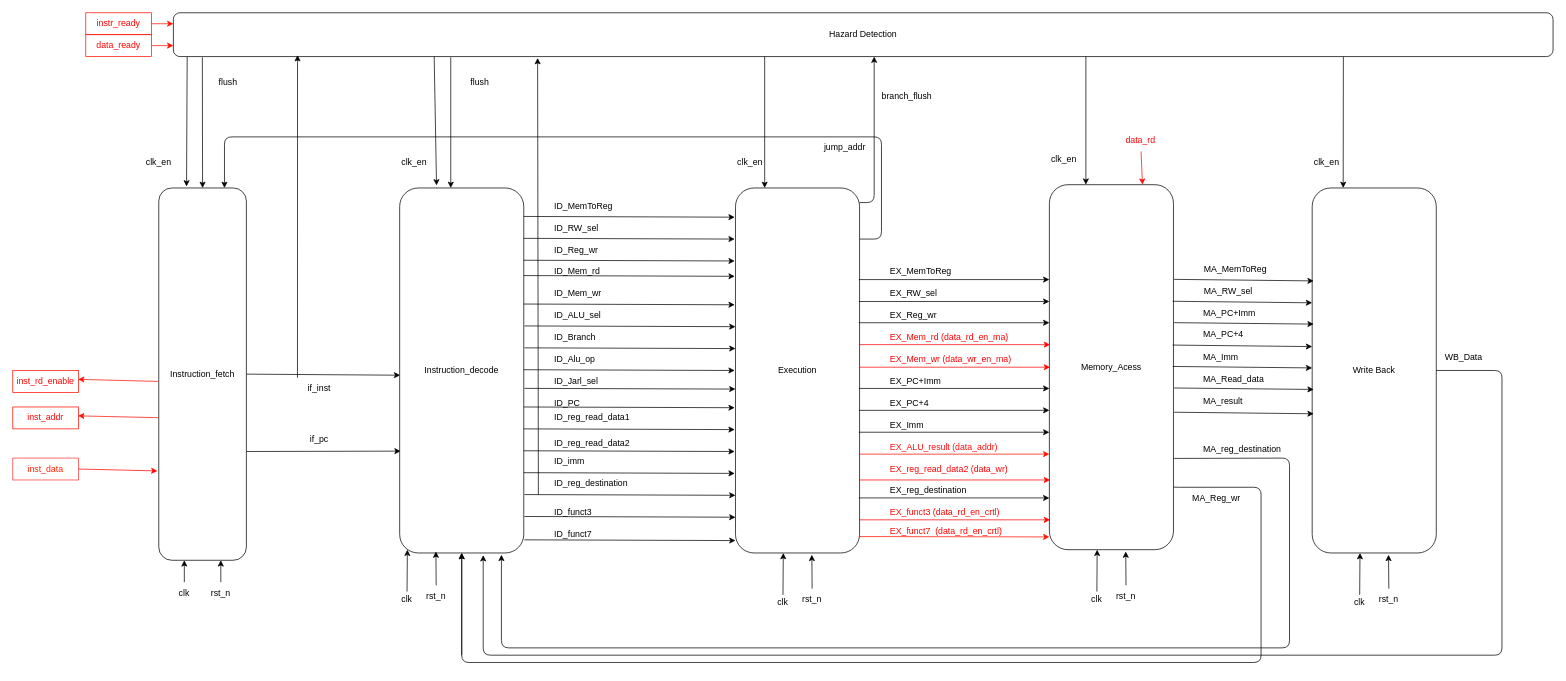
Earlier version of the draw.io diagram doc/figs/architecture_inner.drawio (S4nt1ag0/RISCV-RV32I). Source tidied: cells renumbered, new cells numbered last; positions are measured from the earlier drawing's top-left corner, leaving out a move shared by most shapes. Both pictures are drawn from the tidied source at 73%, with x=0, y=0 at pixel (12, 12).
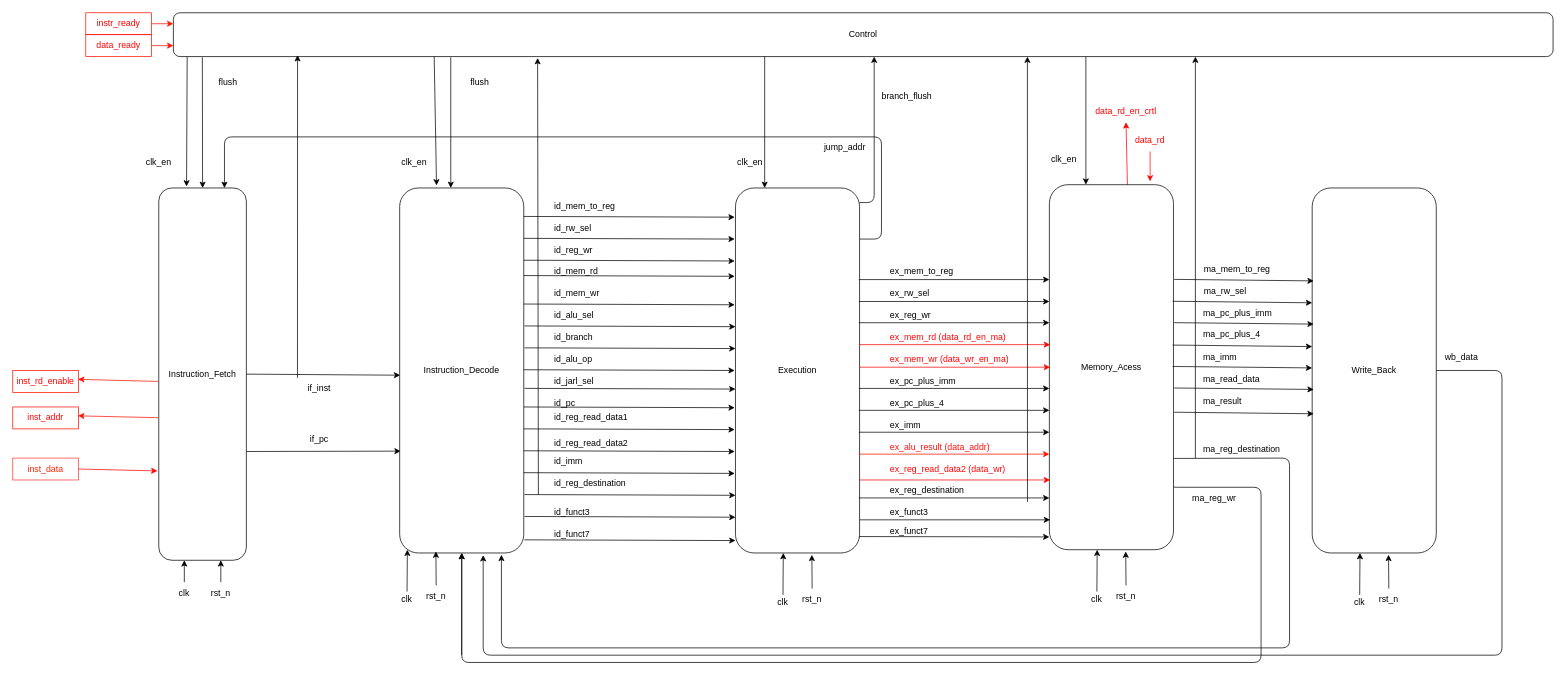
Above is the later version.

Commit message (it also covers changes not shown here):
rename signals suggest by linton

Unchanged cells that the change refers to:
```xml
<mxCell id="40" value="Execution" style="whiteSpace=wrap;html=1;rounded=1;" parent="1" vertex="1">
  <mxGeometry x="990" y="240" width="170" height="500" as="geometry" />
</mxCell>
<mxCell id="85" value="Memory_Acess" style="whiteSpace=wrap;html=1;rounded=1;" parent="1" vertex="1">
  <mxGeometry x="1420" y="235.5" width="170" height="500" as="geometry" />
</mxCell>
```

What changed in the source:
```diff
@@
-    <mxCell id="4" value="Instruction_fetch" style="whiteSpace=wrap;html=1;rounded=1;" parent="1" vertex="1">
+    <mxCell id="4" value="Instruction_Fetch" style="whiteSpace=wrap;html=1;rounded=1;" parent="1" vertex="1">
       <mxGeometry x="200" y="240" width="120" height="510" as="geometry" />
     </mxCell>
@@
-    <mxCell id="14" value="Instruction_decode" style="whiteSpace=wrap;html=1;rounded=1;" parent="1" vertex="1">
+    <mxCell id="14" value="Instruction_Decode" style="whiteSpace=wrap;html=1;rounded=1;" parent="1" vertex="1">
       <mxGeometry x="530" y="240" width="170" height="500" as="geometry" />
     </mxCell>
@@
-    <mxCell id="22" value="ID_PC" style="text;strokeColor=none;align=left;fillColor=none;html=1;verticalAlign=middle;whiteSpace=wrap;rounded=0;" parent="1" vertex="1">
+    <mxCell id="22" value="id_pc" style="text;strokeColor=none;align=left;fillColor=none;html=1;verticalAlign=middle;whiteSpace=wrap;rounded=0;" parent="1" vertex="1">
       <mxGeometry x="740" y="520" width="60" height="30" as="geometry" />
     </mxCell>
-    <mxCell id="23" value="ID_reg_read_data1" style="text;strokeColor=none;align=left;fillColor=none;html=1;verticalAlign=middle;whiteSpace=wrap;rounded=0;" parent="1" vertex="1">
+    <mxCell id="23" value="id_reg_read_data1" style="text;strokeColor=none;align=left;fillColor=none;html=1;verticalAlign=middle;whiteSpace=wrap;rounded=0;" parent="1" vertex="1">
       <mxGeometry x="740" y="540" width="120" height="30" as="geometry" />
     </mxCell>
-    <mxCell id="24" value="ID_imm" style="text;strokeColor=none;align=left;fillColor=none;html=1;verticalAlign=middle;whiteSpace=wrap;rounded=0;" parent="1" vertex="1">
+    <mxCell id="24" value="id_imm" style="text;strokeColor=none;align=left;fillColor=none;html=1;verticalAlign=middle;whiteSpace=wrap;rounded=0;" parent="1" vertex="1">
       <mxGeometry x="740" y="600" width="60" height="30" as="geometry" />
     </mxCell>
-    <mxCell id="25" value="ID_reg_destination" style="text;strokeColor=none;align=left;fillColor=none;html=1;verticalAlign=middle;whiteSpace=wrap;rounded=0;" parent="1" vertex="1">
+    <mxCell id="25" value="id_reg_destination" style="text;strokeColor=none;align=left;fillColor=none;html=1;verticalAlign=middle;whiteSpace=wrap;rounded=0;" parent="1" vertex="1">
       <mxGeometry x="740" y="630" width="115" height="30" as="geometry" />
     </mxCell>
-    <mxCell id="26" value="ID_reg_read_data2" style="text;strokeColor=none;align=left;fillColor=none;html=1;verticalAlign=middle;whiteSpace=wrap;rounded=0;" parent="1" vertex="1">
+    <mxCell id="26" value="id_reg_read_data2" style="text;strokeColor=none;align=left;fillColor=none;html=1;verticalAlign=middle;whiteSpace=wrap;rounded=0;" parent="1" vertex="1">
       <mxGeometry x="740" y="575" width="130" height="30" as="geometry" />
     </mxCell>
-    <mxCell id="27" value="ID_funct3" style="text;strokeColor=none;align=left;fillColor=none;html=1;verticalAlign=middle;whiteSpace=wrap;rounded=0;" parent="1" vertex="1">
+    <mxCell id="27" value="id_funct3" style="text;strokeColor=none;align=left;fillColor=none;html=1;verticalAlign=middle;whiteSpace=wrap;rounded=0;" parent="1" vertex="1">
       <mxGeometry x="740" y="670" width="130" height="30" as="geometry" />
     </mxCell>
-    <mxCell id="28" value="ID_funct7" style="text;strokeColor=none;align=left;fillColor=none;html=1;verticalAlign=middle;whiteSpace=wrap;rounded=0;" parent="1" vertex="1">
+    <mxCell id="28" value="id_funct7" style="text;strokeColor=none;align=left;fillColor=none;html=1;verticalAlign=middle;whiteSpace=wrap;rounded=0;" parent="1" vertex="1">
       <mxGeometry x="740" y="700" width="130" height="30" as="geometry" />
     </mxCell>
-    <mxCell id="29" value="ID_ALU_sel" style="text;strokeColor=none;align=left;fillColor=none;html=1;verticalAlign=middle;whiteSpace=wrap;rounded=0;" parent="1" vertex="1">
+    <mxCell id="29" value="id_alu_sel" style="text;strokeColor=none;align=left;fillColor=none;html=1;verticalAlign=middle;whiteSpace=wrap;rounded=0;" parent="1" vertex="1">
       <mxGeometry x="740" y="400" width="85" height="30" as="geometry" />
     </mxCell>
-    <mxCell id="30" value="ID_MemToReg" style="text;strokeColor=none;align=left;fillColor=none;html=1;verticalAlign=middle;whiteSpace=wrap;rounded=0;" parent="1" vertex="1">
+    <mxCell id="30" value="id_mem_to_reg" style="text;strokeColor=none;align=left;fillColor=none;html=1;verticalAlign=middle;whiteSpace=wrap;rounded=0;" parent="1" vertex="1">
       <mxGeometry x="740" y="250" width="90" height="30" as="geometry" />
     </mxCell>
-    <mxCell id="31" value="ID_Branch" style="text;strokeColor=none;align=left;fillColor=none;html=1;verticalAlign=middle;whiteSpace=wrap;rounded=0;" parent="1" vertex="1">
+    <mxCell id="31" value="id_branch" style="text;strokeColor=none;align=left;fillColor=none;html=1;verticalAlign=middle;whiteSpace=wrap;rounded=0;" parent="1" vertex="1">
       <mxGeometry x="740" y="430" width="90" height="30" as="geometry" />
     </mxCell>
-    <mxCell id="32" value="ID_Mem_wr" style="text;strokeColor=none;align=left;fillColor=none;html=1;verticalAlign=middle;whiteSpace=wrap;rounded=0;" parent="1" vertex="1">
+    <mxCell id="32" value="id_mem_wr" style="text;strokeColor=none;align=left;fillColor=none;html=1;verticalAlign=middle;whiteSpace=wrap;rounded=0;" parent="1" vertex="1">
       <mxGeometry x="740" y="370" width="90" height="30" as="geometry" />
     </mxCell>
-    <mxCell id="33" value="ID_Mem_rd" style="text;strokeColor=none;align=left;fillColor=none;html=1;verticalAlign=middle;whiteSpace=wrap;rounded=0;" parent="1" vertex="1">
+    <mxCell id="33" value="id_mem_rd" style="text;strokeColor=none;align=left;fillColor=none;html=1;verticalAlign=middle;whiteSpace=wrap;rounded=0;" parent="1" vertex="1">
       <mxGeometry x="740" y="340" width="90" height="30" as="geometry" />
     </mxCell>
-    <mxCell id="34" value="ID_Alu_op" style="text;strokeColor=none;align=left;fillColor=none;html=1;verticalAlign=middle;whiteSpace=wrap;rounded=0;" parent="1" vertex="1">
+    <mxCell id="34" value="id_alu_op" style="text;strokeColor=none;align=left;fillColor=none;html=1;verticalAlign=middle;whiteSpace=wrap;rounded=0;" parent="1" vertex="1">
       <mxGeometry x="740" y="460" width="90" height="30" as="geometry" />
     </mxCell>
-    <mxCell id="35" value="ID_Reg_wr" style="text;strokeColor=none;align=left;fillColor=none;html=1;verticalAlign=middle;whiteSpace=wrap;rounded=0;" parent="1" vertex="1">
+    <mxCell id="35" value="id_reg_wr" style="text;strokeColor=none;align=left;fillColor=none;html=1;verticalAlign=middle;whiteSpace=wrap;rounded=0;" parent="1" vertex="1">
       <mxGeometry x="740" y="310" width="90" height="30" as="geometry" />
     </mxCell>
-    <mxCell id="36" value="ID_Jarl_sel" style="text;strokeColor=none;align=left;fillColor=none;html=1;verticalAlign=middle;whiteSpace=wrap;rounded=0;" parent="1" vertex="1">
+    <mxCell id="36" value="id_jarl_sel" style="text;strokeColor=none;align=left;fillColor=none;html=1;verticalAlign=middle;whiteSpace=wrap;rounded=0;" parent="1" vertex="1">
       <mxGeometry x="740" y="490" width="95" height="30" as="geometry" />
     </mxCell>
-    <mxCell id="37" value="ID_RW_sel" style="text;strokeColor=none;align=left;fillColor=none;html=1;verticalAlign=middle;whiteSpace=wrap;rounded=0;" parent="1" vertex="1">
+    <mxCell id="37" value="id_rw_sel" style="text;strokeColor=none;align=left;fillColor=none;html=1;verticalAlign=middle;whiteSpace=wrap;rounded=0;" parent="1" vertex="1">
       <mxGeometry x="740" y="280" width="90" height="30" as="geometry" />
     </mxCell>
@@
-    <mxCell id="44" style="edgeStyle=none;html=1;exitX=0.848;exitY=1;exitDx=0;exitDy=0;entryX=0.25;entryY=0;entryDx=0;entryDy=0;exitPerimeter=0;" parent="1" edge="1" source="60" target="113">
-      <mxGeometry relative="1" as="geometry" />
-    </mxCell>
@@
-    <mxCell id="46" value="EX_PC+4" style="text;strokeColor=none;align=left;fillColor=none;html=1;verticalAlign=middle;whiteSpace=wrap;rounded=0;" parent="1" vertex="1">
+    <mxCell id="46" value="ex_pc_plus_4" style="text;strokeColor=none;align=left;fillColor=none;html=1;verticalAlign=middle;whiteSpace=wrap;rounded=0;" parent="1" vertex="1">
       <mxGeometry x="1200" y="520" width="60" height="30" as="geometry" />
     </mxCell>
-    <mxCell id="47" value="&lt;font style=&quot;color: rgb(255, 15, 15);&quot;&gt;EX_ALU_result (data_addr)&lt;/font&gt;" style="text;strokeColor=none;align=left;fillColor=none;html=1;verticalAlign=middle;whiteSpace=wrap;rounded=0;" parent="1" vertex="1">
+    <mxCell id="47" value="&lt;font style=&quot;color: rgb(255, 15, 15);&quot;&gt;ex_alu_result (data_addr)&lt;/font&gt;" style="text;strokeColor=none;align=left;fillColor=none;html=1;verticalAlign=middle;whiteSpace=wrap;rounded=0;" parent="1" vertex="1">
       <mxGeometry x="1200" y="580" width="150" height="30" as="geometry" />
     </mxCell>
-    <mxCell id="48" value="EX_reg_destination" style="text;strokeColor=none;align=left;fillColor=none;html=1;verticalAlign=middle;whiteSpace=wrap;rounded=0;" parent="1" vertex="1">
+    <mxCell id="48" value="ex_reg_destination" style="text;strokeColor=none;align=left;fillColor=none;html=1;verticalAlign=middle;whiteSpace=wrap;rounded=0;" parent="1" vertex="1">
       <mxGeometry x="1200" y="640" width="115" height="30" as="geometry" />
     </mxCell>
-    <mxCell id="49" value="&lt;font style=&quot;color: rgb(255, 0, 0);&quot;&gt;EX_reg_read_data2 (data_wr)&lt;/font&gt;" style="text;strokeColor=none;align=left;fillColor=none;html=1;verticalAlign=middle;whiteSpace=wrap;rounded=0;" parent="1" vertex="1">
+    <mxCell id="49" value="&lt;font style=&quot;color: rgb(255, 0, 0);&quot;&gt;ex_reg_read_data2 (data_wr)&lt;/font&gt;" style="text;strokeColor=none;align=left;fillColor=none;html=1;verticalAlign=middle;whiteSpace=wrap;rounded=0;" parent="1" vertex="1">
       <mxGeometry x="1200" y="610" width="170" height="30" as="geometry" />
     </mxCell>
-    <mxCell id="50" value="&lt;font style=&quot;color: rgb(255, 0, 0);&quot;&gt;EX_funct3 (data_rd_en_crtl)&lt;/font&gt;" style="text;strokeColor=none;align=left;fillColor=none;html=1;verticalAlign=middle;whiteSpace=wrap;rounded=0;" parent="1" vertex="1">
+    <mxCell id="50" value="&lt;font style=&quot;&quot;&gt;ex_funct3&lt;/font&gt;" style="text;strokeColor=none;align=left;fillColor=none;html=1;verticalAlign=middle;whiteSpace=wrap;rounded=0;fontColor=#000000;" parent="1" vertex="1">
       <mxGeometry x="1200" y="670" width="160" height="30" as="geometry" />
     </mxCell>
-    <mxCell id="51" value="&lt;font style=&quot;color: rgb(255, 0, 0);&quot;&gt;EX_funct7&amp;nbsp;&amp;nbsp;(data_rd_en_crtl)&lt;/font&gt;" style="text;strokeColor=none;align=left;fillColor=none;html=1;verticalAlign=middle;whiteSpace=wrap;rounded=0;" parent="1" vertex="1">
+    <mxCell id="51" value="&lt;font style=&quot;&quot;&gt;ex_funct7&lt;/font&gt;" style="text;strokeColor=none;align=left;fillColor=none;html=1;verticalAlign=middle;whiteSpace=wrap;rounded=0;fontColor=#000000;" parent="1" vertex="1">
       <mxGeometry x="1200" y="695.5" width="170" height="30" as="geometry" />
     </mxCell>
-    <mxCell id="52" value="EX_MemToReg" style="text;strokeColor=none;align=left;fillColor=none;html=1;verticalAlign=middle;whiteSpace=wrap;rounded=0;" parent="1" vertex="1">
+    <mxCell id="52" value="ex_mem_to_reg" style="text;strokeColor=none;align=left;fillColor=none;html=1;verticalAlign=middle;whiteSpace=wrap;rounded=0;" parent="1" vertex="1">
       <mxGeometry x="1200" y="340" width="90" height="30" as="geometry" />
     </mxCell>
-    <mxCell id="53" value="&lt;font style=&quot;color: rgb(255, 0, 0);&quot;&gt;EX_Mem_wr (data_wr_en_ma)&lt;/font&gt;" style="text;strokeColor=none;align=left;fillColor=none;html=1;verticalAlign=middle;whiteSpace=wrap;rounded=0;" parent="1" vertex="1">
+    <mxCell id="53" value="&lt;font style=&quot;color: rgb(255, 0, 0);&quot;&gt;ex_mem_wr (data_wr_en_ma)&lt;/font&gt;" style="text;strokeColor=none;align=left;fillColor=none;html=1;verticalAlign=middle;whiteSpace=wrap;rounded=0;" parent="1" vertex="1">
       <mxGeometry x="1200" y="460" width="170" height="30" as="geometry" />
     </mxCell>
-    <mxCell id="54" value="&lt;font style=&quot;color: rgb(255, 0, 0);&quot;&gt;EX_Mem_rd (data_rd_en_ma)&lt;/font&gt;" style="text;strokeColor=none;align=left;fillColor=none;html=1;verticalAlign=middle;whiteSpace=wrap;rounded=0;" parent="1" vertex="1">
+    <mxCell id="54" value="&lt;font style=&quot;color: rgb(255, 0, 0);&quot;&gt;ex_mem_rd (data_rd_en_ma)&lt;/font&gt;" style="text;strokeColor=none;align=left;fillColor=none;html=1;verticalAlign=middle;whiteSpace=wrap;rounded=0;" parent="1" vertex="1">
       <mxGeometry x="1200" y="430" width="170" height="30" as="geometry" />
     </mxCell>
-    <mxCell id="55" value="EX_Reg_wr" style="text;strokeColor=none;align=left;fillColor=none;html=1;verticalAlign=middle;whiteSpace=wrap;rounded=0;" parent="1" vertex="1">
+    <mxCell id="55" value="ex_reg_wr" style="text;strokeColor=none;align=left;fillColor=none;html=1;verticalAlign=middle;whiteSpace=wrap;rounded=0;" parent="1" vertex="1">
       <mxGeometry x="1200" y="400" width="90" height="30" as="geometry" />
     </mxCell>
-    <mxCell id="56" value="EX_PC+Imm" style="text;strokeColor=none;align=left;fillColor=none;html=1;verticalAlign=middle;whiteSpace=wrap;rounded=0;" parent="1" vertex="1">
+    <mxCell id="56" value="ex_pc_plus_imm" style="text;strokeColor=none;align=left;fillColor=none;html=1;verticalAlign=middle;whiteSpace=wrap;rounded=0;" parent="1" vertex="1">
       <mxGeometry x="1200" y="490" width="95" height="30" as="geometry" />
     </mxCell>
-    <mxCell id="57" value="EX_RW_sel" style="text;strokeColor=none;align=left;fillColor=none;html=1;verticalAlign=middle;whiteSpace=wrap;rounded=0;" parent="1" vertex="1">
+    <mxCell id="57" value="ex_rw_sel" style="text;strokeColor=none;align=left;fillColor=none;html=1;verticalAlign=middle;whiteSpace=wrap;rounded=0;" parent="1" vertex="1">
       <mxGeometry x="1200" y="370" width="90" height="30" as="geometry" />
     </mxCell>
@@
-    <mxCell id="60" value="Hazard Detection" style="whiteSpace=wrap;html=1;rounded=1;" parent="1" vertex="1">
+    <mxCell id="60" value="Control" style="whiteSpace=wrap;html=1;rounded=1;" parent="1" vertex="1">
       <mxGeometry x="220" width="1890" height="60" as="geometry" />
     </mxCell>
@@
-    <mxCell id="78" value="EX_Imm" style="text;strokeColor=none;align=left;fillColor=none;html=1;verticalAlign=middle;whiteSpace=wrap;rounded=0;" parent="1" vertex="1">
+    <mxCell id="78" value="ex_imm" style="text;strokeColor=none;align=left;fillColor=none;html=1;verticalAlign=middle;whiteSpace=wrap;rounded=0;" parent="1" vertex="1">
       <mxGeometry x="1200" y="550" width="60" height="30" as="geometry" />
     </mxCell>
@@
+    <mxCell id="143" style="edgeStyle=none;html=1;exitX=0.629;exitY=0.003;exitDx=0;exitDy=0;entryX=0.5;entryY=1;entryDx=0;entryDy=0;strokeColor=#FF0000;exitPerimeter=0;" parent="1" edge="1" source="85" target="146">
+      <mxGeometry relative="1" as="geometry" />
+    </mxCell>
@@
-    <mxCell id="90" value="MA_PC+4" style="text;strokeColor=none;align=left;fillColor=none;html=1;verticalAlign=middle;whiteSpace=wrap;rounded=0;" parent="1" vertex="1">
+    <mxCell id="90" value="ma_pc_plus_4" style="text;strokeColor=none;align=left;fillColor=none;html=1;verticalAlign=middle;whiteSpace=wrap;rounded=0;" parent="1" vertex="1">
       <mxGeometry x="1629" y="424.5" width="60" height="32.8" as="geometry" />
     </mxCell>
-    <mxCell id="91" value="MA_Read_data" style="text;strokeColor=none;align=left;fillColor=none;html=1;verticalAlign=middle;whiteSpace=wrap;rounded=0;" parent="1" vertex="1">
+    <mxCell id="91" value="ma_read_data" style="text;strokeColor=none;align=left;fillColor=none;html=1;verticalAlign=middle;whiteSpace=wrap;rounded=0;" parent="1" vertex="1">
       <mxGeometry x="1629" y="487.2" width="120" height="30" as="geometry" />
     </mxCell>
-    <mxCell id="92" value="MA_reg_destination" style="text;strokeColor=none;align=left;fillColor=none;html=1;verticalAlign=middle;whiteSpace=wrap;rounded=0;" parent="1" vertex="1">
+    <mxCell id="92" value="ma_reg_destination" style="text;strokeColor=none;align=left;fillColor=none;html=1;verticalAlign=middle;whiteSpace=wrap;rounded=0;" parent="1" vertex="1">
       <mxGeometry x="1629" y="582.8" width="115" height="30" as="geometry" />
     </mxCell>
-    <mxCell id="93" value="MA_result" style="text;strokeColor=none;align=left;fillColor=none;html=1;verticalAlign=middle;whiteSpace=wrap;rounded=0;" parent="1" vertex="1">
+    <mxCell id="93" value="ma_result" style="text;strokeColor=none;align=left;fillColor=none;html=1;verticalAlign=middle;whiteSpace=wrap;rounded=0;" parent="1" vertex="1">
       <mxGeometry x="1629" y="517.2" width="130" height="30" as="geometry" />
     </mxCell>
-    <mxCell id="94" value="MA_MemToReg" style="text;strokeColor=none;align=left;fillColor=none;html=1;verticalAlign=middle;whiteSpace=wrap;rounded=0;" parent="1" vertex="1">
+    <mxCell id="94" value="ma_mem_to_reg" style="text;strokeColor=none;align=left;fillColor=none;html=1;verticalAlign=middle;whiteSpace=wrap;rounded=0;" parent="1" vertex="1">
       <mxGeometry x="1630" y="337.2" width="90" height="30" as="geometry" />
     </mxCell>
-    <mxCell id="95" value="MA_Reg_wr" style="text;strokeColor=none;align=left;fillColor=none;html=1;verticalAlign=middle;whiteSpace=wrap;rounded=0;" parent="1" vertex="1">
+    <mxCell id="95" value="ma_reg_wr" style="text;strokeColor=none;align=left;fillColor=none;html=1;verticalAlign=middle;whiteSpace=wrap;rounded=0;" parent="1" vertex="1">
       <mxGeometry x="1614" y="650" width="90" height="30" as="geometry" />
     </mxCell>
-    <mxCell id="96" value="MA_PC+Imm" style="text;strokeColor=none;align=left;fillColor=none;html=1;verticalAlign=middle;whiteSpace=wrap;rounded=0;" parent="1" vertex="1">
+    <mxCell id="96" value="ma_pc_plus_imm" style="text;strokeColor=none;align=left;fillColor=none;html=1;verticalAlign=middle;whiteSpace=wrap;rounded=0;" parent="1" vertex="1">
       <mxGeometry x="1629" y="397.2" width="95" height="30" as="geometry" />
     </mxCell>
-    <mxCell id="97" value="MA_RW_sel" style="text;strokeColor=none;align=left;fillColor=none;html=1;verticalAlign=middle;whiteSpace=wrap;rounded=0;" parent="1" vertex="1">
+    <mxCell id="97" value="ma_rw_sel" style="text;strokeColor=none;align=left;fillColor=none;html=1;verticalAlign=middle;whiteSpace=wrap;rounded=0;" parent="1" vertex="1">
       <mxGeometry x="1630" y="367.2" width="90" height="30" as="geometry" />
     </mxCell>
@@
-    <mxCell id="99" value="MA_Imm" style="text;strokeColor=none;align=left;fillColor=none;html=1;verticalAlign=middle;whiteSpace=wrap;rounded=0;" parent="1" vertex="1">
+    <mxCell id="99" value="ma_imm" style="text;strokeColor=none;align=left;fillColor=none;html=1;verticalAlign=middle;whiteSpace=wrap;rounded=0;" parent="1" vertex="1">
       <mxGeometry x="1629" y="457.2" width="60" height="30" as="geometry" />
     </mxCell>
-    <mxCell id="100" style="edgeStyle=none;jettySize=auto;html=1;exitX=0.995;exitY=0.955;exitDx=0;exitDy=0;exitPerimeter=0;strokeColor=#FF1000;" parent="1" edge="1" source="40">
+    <mxCell id="100" style="edgeStyle=none;jettySize=auto;html=1;exitX=0.995;exitY=0.955;exitDx=0;exitDy=0;exitPerimeter=0;strokeColor=#000000;" parent="1" edge="1" source="40">
       <mxGeometry relative="1" as="geometry">
         <mxPoint x="1420" y="718" as="targetPoint" />
       </mxGeometry>
     </mxCell>
-    <mxCell id="101" style="edgeStyle=none;orthogonalLoop=1;jettySize=auto;html=1;exitX=0.995;exitY=0.955;exitDx=0;exitDy=0;exitPerimeter=0;strokeColor=#FF0000;" parent="1" edge="1">
+    <mxCell id="101" style="edgeStyle=none;orthogonalLoop=1;jettySize=auto;html=1;exitX=0.995;exitY=0.955;exitDx=0;exitDy=0;exitPerimeter=0;strokeColor=#000000;" parent="1" edge="1">
       <mxGeometry relative="1" as="geometry">
         <mxPoint x="1160" y="694.6" as="sourcePoint" />
         <mxPoint x="1421" y="694.6" as="targetPoint" />
       </mxGeometry>
     </mxCell>
@@
-    <mxCell id="113" value="Write Back" style="whiteSpace=wrap;html=1;rounded=1;" parent="1" vertex="1">
+    <mxCell id="113" value="Write_Back" style="whiteSpace=wrap;html=1;rounded=1;" parent="1" vertex="1">
       <mxGeometry x="1780" y="240" width="170" height="500" as="geometry" />
     </mxCell>
@@
-    <mxCell id="117" value="clk_en" style="text;strokeColor=none;align=center;fillColor=none;html=1;verticalAlign=middle;whiteSpace=wrap;rounded=0;" parent="1" vertex="1">
-      <mxGeometry x="1770" y="190" width="60" height="30" as="geometry" />
-    </mxCell>
-    <mxCell id="118" value="WB_Data" style="text;strokeColor=none;align=left;fillColor=none;html=1;verticalAlign=middle;whiteSpace=wrap;rounded=0;" parent="1" vertex="1">
+    <mxCell id="118" value="wb_data" style="text;strokeColor=none;align=left;fillColor=none;html=1;verticalAlign=middle;whiteSpace=wrap;rounded=0;" parent="1" vertex="1">
       <mxGeometry x="1960" y="457.2" width="90" height="30" as="geometry" />
     </mxCell>
@@
-    <mxCell id="130" style="edgeStyle=none;html=1;entryX=0.75;entryY=0;entryDx=0;entryDy=0;fontColor=#FF0505;strokeColor=#FF0A0A;" parent="1" edge="1" source="131" target="85">
-      <mxGeometry relative="1" as="geometry" />
+    <mxCell id="130" style="edgeStyle=none;html=1;fontColor=#FF0505;strokeColor=#FF0A0A;" parent="1" edge="1" source="131">
+      <mxGeometry relative="1" as="geometry">
+        <mxPoint x="1558" y="231" as="targetPoint" />
+      </mxGeometry>
     </mxCell>
     <mxCell id="131" value="&lt;font style=&quot;color: rgb(255, 0, 0);&quot;&gt;data_rd&lt;/font&gt;" style="text;strokeColor=none;align=center;fillColor=none;html=1;verticalAlign=middle;whiteSpace=wrap;rounded=0;" parent="1" vertex="1">
-      <mxGeometry x="1515" y="160" width="60" height="30" as="geometry" />
+      <mxGeometry x="1528" y="160" width="60" height="30" as="geometry" />
     </mxCell>
@@
+    <mxCell id="144" style="edgeStyle=none;jettySize=auto;html=1;entryX=0.619;entryY=1;entryDx=0;entryDy=0;entryPerimeter=0;" parent="1" edge="1" target="60">
+      <mxGeometry relative="1" as="geometry">
+        <mxPoint x="1390" y="670" as="sourcePoint" />
+      </mxGeometry>
+    </mxCell>
+    <mxCell id="145" style="edgeStyle=none;orthogonalLoop=1;jettySize=auto;html=1;entryX=0.619;entryY=1;entryDx=0;entryDy=0;entryPerimeter=0;" parent="1" edge="1">
+      <mxGeometry relative="1" as="geometry">
+        <mxPoint x="1620" y="610" as="sourcePoint" />
+        <mxPoint x="1620" y="60" as="targetPoint" />
+      </mxGeometry>
+    </mxCell>
+    <mxCell id="146" value="&lt;span style=&quot;color: rgb(255, 0, 0); text-align: left;&quot;&gt;data_rd_en_crtl&lt;/span&gt;" style="text;strokeColor=none;align=center;fillColor=none;html=1;verticalAlign=middle;whiteSpace=wrap;rounded=0;" parent="1" vertex="1">
+      <mxGeometry x="1495" y="120" width="60" height="30" as="geometry" />
+    </mxCell>
```
